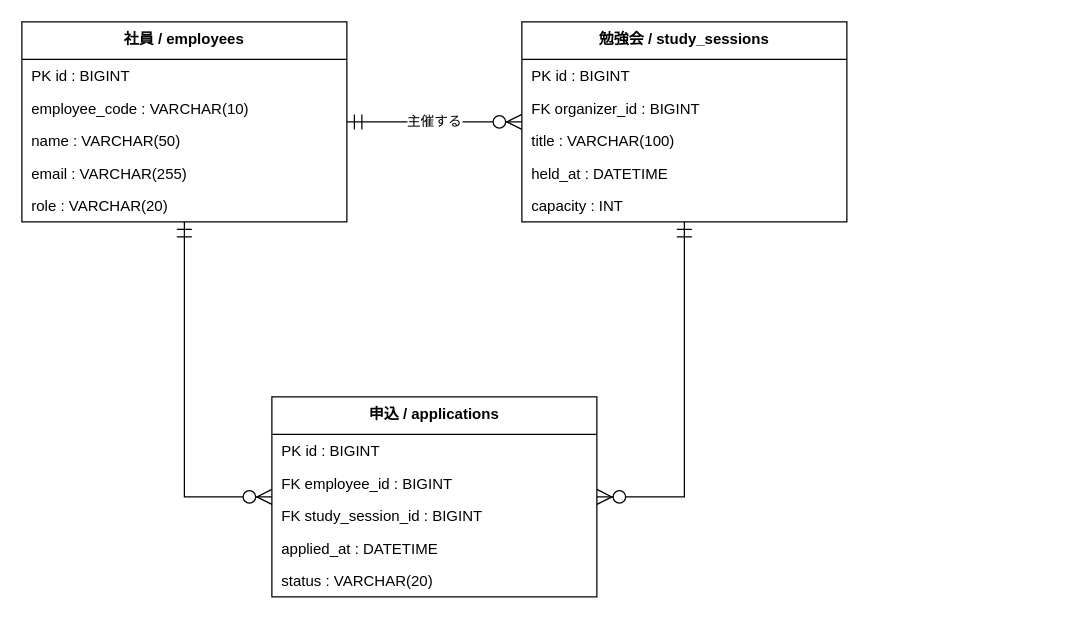
The draw.io diagram docs/diagrams/er-study.drawio in hiroshees/drawio-design-kit, before the edit. Source tidied: cells renumbered, new cells numbered last; positions are measured from the earlier drawing's top-left corner, leaving out a move shared by most shapes. Both pictures are drawn from the tidied source at 125%, with x=0, y=0 at pixel (21, 21).
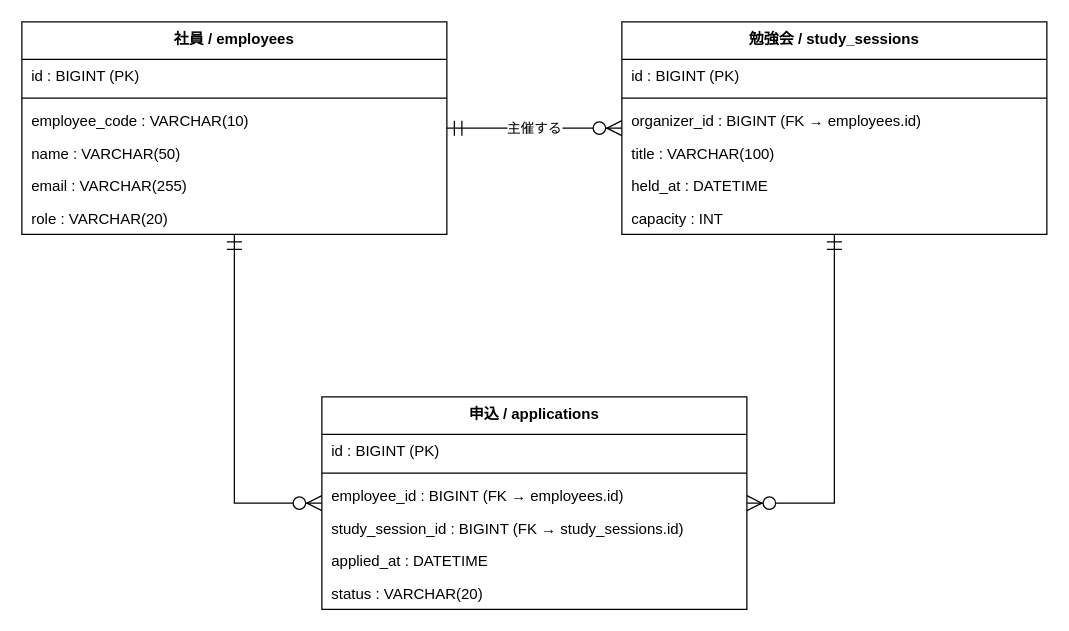
Above is the later version.

Commit message (it also covers changes not shown here):
fix er and screen diagram

Change to the diagram source:
```diff
@@
     <mxCell id="2" value="社員 / employees" style="swimlane;fontStyle=1;align=center;verticalAlign=top;horizontal=1;startSize=30;fillColor=#FFFFFF;strokeColor=#000000;" parent="1" vertex="1">
-      <mxGeometry width="260" height="160" as="geometry" />
+      <mxGeometry width="340" height="170" as="geometry" />
     </mxCell>
-    <mxCell id="3" value="PK  id : BIGINT" style="text;strokeColor=none;fillColor=none;align=left;verticalAlign=middle;spacingLeft=6;spacingRight=4;overflow=hidden;" parent="2" vertex="1">
-      <mxGeometry y="30" width="260" height="26" as="geometry" />
-    </mxCell>
+    <mxCell id="23" value="id : BIGINT (PK)" style="text;strokeColor=none;fillColor=none;align=left;verticalAlign=middle;spacingLeft=6;spacingRight=4;overflow=hidden;" parent="2" vertex="1">
+      <mxGeometry y="30" width="340" height="26" as="geometry" />
+    </mxCell>
+    <mxCell id="24" style="line;strokeWidth=1;fillColor=none;align=left;verticalAlign=middle;spacingTop=-1;spacingLeft=3;spacingRight=3;labelPosition=right;strokeColor=inherit;" parent="2" vertex="1">
+      <mxGeometry y="56" width="340" height="10" as="geometry" />
+    </mxCell>
     <mxCell id="4" value="employee_code : VARCHAR(10)" style="text;strokeColor=none;fillColor=none;align=left;verticalAlign=middle;spacingLeft=6;spacingRight=4;overflow=hidden;" parent="2" vertex="1">
-      <mxGeometry y="56" width="260" height="26" as="geometry" />
+      <mxGeometry y="66" width="340" height="26" as="geometry" />
     </mxCell>
     <mxCell id="5" value="name : VARCHAR(50)" style="text;strokeColor=none;fillColor=none;align=left;verticalAlign=middle;spacingLeft=6;spacingRight=4;overflow=hidden;" parent="2" vertex="1">
-      <mxGeometry y="82" width="260" height="26" as="geometry" />
+      <mxGeometry y="92" width="340" height="26" as="geometry" />
     </mxCell>
     <mxCell id="6" value="email : VARCHAR(255)" style="text;strokeColor=none;fillColor=none;align=left;verticalAlign=middle;spacingLeft=6;spacingRight=4;overflow=hidden;" parent="2" vertex="1">
-      <mxGeometry y="108" width="260" height="26" as="geometry" />
+      <mxGeometry y="118" width="340" height="26" as="geometry" />
     </mxCell>
     <mxCell id="7" value="role : VARCHAR(20)" style="text;strokeColor=none;fillColor=none;align=left;verticalAlign=middle;spacingLeft=6;spacingRight=4;overflow=hidden;" parent="2" vertex="1">
-      <mxGeometry y="134" width="260" height="26" as="geometry" />
+      <mxGeometry y="144" width="340" height="26" as="geometry" />
     </mxCell>
     <mxCell id="8" value="勉強会 / study_sessions" style="swimlane;fontStyle=1;align=center;verticalAlign=top;horizontal=1;startSize=30;fillColor=#FFFFFF;strokeColor=#000000;" parent="1" vertex="1">
-      <mxGeometry x="400" width="260" height="160" as="geometry" />
+      <mxGeometry x="480" width="340" height="170" as="geometry" />
     </mxCell>
-    <mxCell id="9" value="PK  id : BIGINT" style="text;strokeColor=none;fillColor=none;align=left;verticalAlign=middle;spacingLeft=6;spacingRight=4;overflow=hidden;" parent="8" vertex="1">
-      <mxGeometry y="30" width="260" height="26" as="geometry" />
-    </mxCell>
-    <mxCell id="10" value="FK  organizer_id : BIGINT" style="text;strokeColor=none;fillColor=none;align=left;verticalAlign=middle;spacingLeft=6;spacingRight=4;overflow=hidden;" parent="8" vertex="1">
-      <mxGeometry y="56" width="260" height="26" as="geometry" />
-    </mxCell>
+    <mxCell id="25" value="id : BIGINT (PK)" style="text;strokeColor=none;fillColor=none;align=left;verticalAlign=middle;spacingLeft=6;spacingRight=4;overflow=hidden;" parent="8" vertex="1">
+      <mxGeometry y="30" width="340" height="26" as="geometry" />
+    </mxCell>
+    <mxCell id="26" style="line;strokeWidth=1;fillColor=none;align=left;verticalAlign=middle;spacingTop=-1;spacingLeft=3;spacingRight=3;labelPosition=right;strokeColor=inherit;" parent="8" vertex="1">
+      <mxGeometry y="56" width="340" height="10" as="geometry" />
+    </mxCell>
+    <mxCell id="27" value="organizer_id : BIGINT (FK → employees.id)" style="text;strokeColor=none;fillColor=none;align=left;verticalAlign=middle;spacingLeft=6;spacingRight=4;overflow=hidden;" parent="8" vertex="1">
+      <mxGeometry y="66" width="340" height="26" as="geometry" />
+    </mxCell>
     <mxCell id="11" value="title : VARCHAR(100)" style="text;strokeColor=none;fillColor=none;align=left;verticalAlign=middle;spacingLeft=6;spacingRight=4;overflow=hidden;" parent="8" vertex="1">
-      <mxGeometry y="82" width="260" height="26" as="geometry" />
+      <mxGeometry y="92" width="340" height="26" as="geometry" />
     </mxCell>
     <mxCell id="12" value="held_at : DATETIME" style="text;strokeColor=none;fillColor=none;align=left;verticalAlign=middle;spacingLeft=6;spacingRight=4;overflow=hidden;" parent="8" vertex="1">
-      <mxGeometry y="108" width="260" height="26" as="geometry" />
+      <mxGeometry y="118" width="340" height="26" as="geometry" />
     </mxCell>
     <mxCell id="13" value="capacity : INT" style="text;strokeColor=none;fillColor=none;align=left;verticalAlign=middle;spacingLeft=6;spacingRight=4;overflow=hidden;" parent="8" vertex="1">
-      <mxGeometry y="134" width="260" height="26" as="geometry" />
+      <mxGeometry y="144" width="340" height="26" as="geometry" />
     </mxCell>
     <mxCell id="14" value="申込 / applications" style="swimlane;fontStyle=1;align=center;verticalAlign=top;horizontal=1;startSize=30;fillColor=#FFFFFF;strokeColor=#000000;" parent="1" vertex="1">
-      <mxGeometry x="200" y="300" width="260" height="160" as="geometry" />
+      <mxGeometry x="240" y="300" width="340" height="170" as="geometry" />
     </mxCell>
-    <mxCell id="15" value="PK  id : BIGINT" style="text;strokeColor=none;fillColor=none;align=left;verticalAlign=middle;spacingLeft=6;spacingRight=4;overflow=hidden;" parent="14" vertex="1">
-      <mxGeometry y="30" width="260" height="26" as="geometry" />
-    </mxCell>
-    <mxCell id="16" value="FK  employee_id : BIGINT" style="text;strokeColor=none;fillColor=none;align=left;verticalAlign=middle;spacingLeft=6;spacingRight=4;overflow=hidden;" parent="14" vertex="1">
-      <mxGeometry y="56" width="260" height="26" as="geometry" />
-    </mxCell>
-    <mxCell id="17" value="FK  study_session_id : BIGINT" style="text;strokeColor=none;fillColor=none;align=left;verticalAlign=middle;spacingLeft=6;spacingRight=4;overflow=hidden;" parent="14" vertex="1">
-      <mxGeometry y="82" width="260" height="26" as="geometry" />
-    </mxCell>
+    <mxCell id="28" value="id : BIGINT (PK)" style="text;strokeColor=none;fillColor=none;align=left;verticalAlign=middle;spacingLeft=6;spacingRight=4;overflow=hidden;" parent="14" vertex="1">
+      <mxGeometry y="30" width="340" height="26" as="geometry" />
+    </mxCell>
+    <mxCell id="29" style="line;strokeWidth=1;fillColor=none;align=left;verticalAlign=middle;spacingTop=-1;spacingLeft=3;spacingRight=3;labelPosition=right;strokeColor=inherit;" parent="14" vertex="1">
+      <mxGeometry y="56" width="340" height="10" as="geometry" />
+    </mxCell>
+    <mxCell id="30" value="employee_id : BIGINT (FK → employees.id)" style="text;strokeColor=none;fillColor=none;align=left;verticalAlign=middle;spacingLeft=6;spacingRight=4;overflow=hidden;" parent="14" vertex="1">
+      <mxGeometry y="66" width="340" height="26" as="geometry" />
+    </mxCell>
+    <mxCell id="31" value="study_session_id : BIGINT (FK → study_sessions.id)" style="text;strokeColor=none;fillColor=none;align=left;verticalAlign=middle;spacingLeft=6;spacingRight=4;overflow=hidden;" parent="14" vertex="1">
+      <mxGeometry y="92" width="340" height="26" as="geometry" />
+    </mxCell>
     <mxCell id="18" value="applied_at : DATETIME" style="text;strokeColor=none;fillColor=none;align=left;verticalAlign=middle;spacingLeft=6;spacingRight=4;overflow=hidden;" parent="14" vertex="1">
-      <mxGeometry y="108" width="260" height="26" as="geometry" />
+      <mxGeometry y="118" width="340" height="26" as="geometry" />
     </mxCell>
     <mxCell id="19" value="status : VARCHAR(20)" style="text;strokeColor=none;fillColor=none;align=left;verticalAlign=middle;spacingLeft=6;spacingRight=4;overflow=hidden;" parent="14" vertex="1">
-      <mxGeometry y="134" width="260" height="26" as="geometry" />
+      <mxGeometry y="144" width="340" height="26" as="geometry" />
     </mxCell>
-    <mxCell id="20" value="主催する" style="startArrow=ERmandOne;endArrow=ERzeroToMany;startSize=10;endSize=10;html=1;rounded=0;labelBackgroundColor=#FFFFFF;exitX=1;exitY=0.5;exitDx=0;exitDy=0;entryX=0;entryY=0.5;entryDx=0;entryDy=0;" parent="1" edge="1" source="2" target="8">
+    <mxCell id="20" value="主催する" style="edgeStyle=orthogonalEdgeStyle;startArrow=ERmandOne;endArrow=ERzeroToMany;startSize=10;endSize=10;html=1;rounded=0;labelBackgroundColor=#FFFFFF;exitX=1;exitY=0.5;exitDx=0;exitDy=0;entryX=0;entryY=0.5;entryDx=0;entryDy=0;" parent="1" edge="1" source="2" target="8">
       <mxGeometry relative="1" as="geometry" />
     </mxCell>
```
